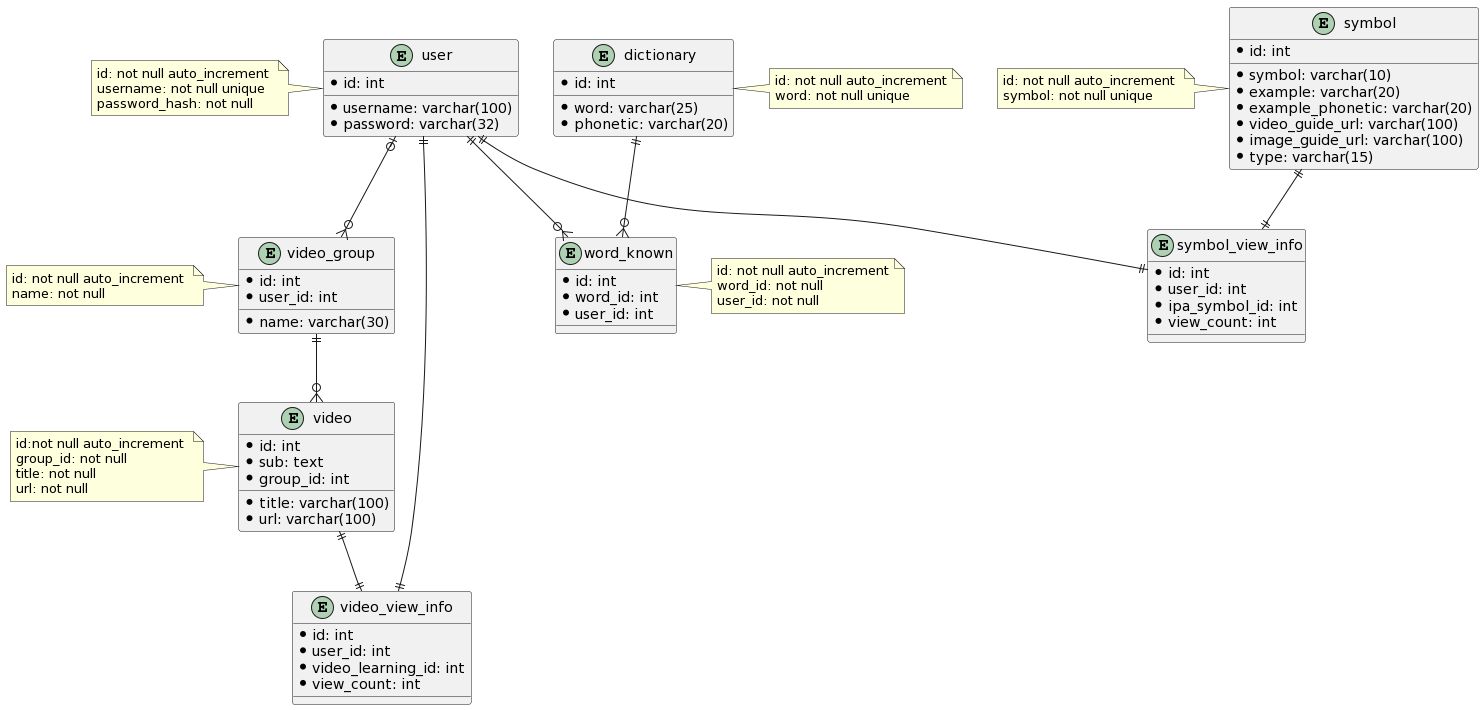
Above: design/docs/db/entity.png in quynhphungvn/self-management (PlantUML), before the change.
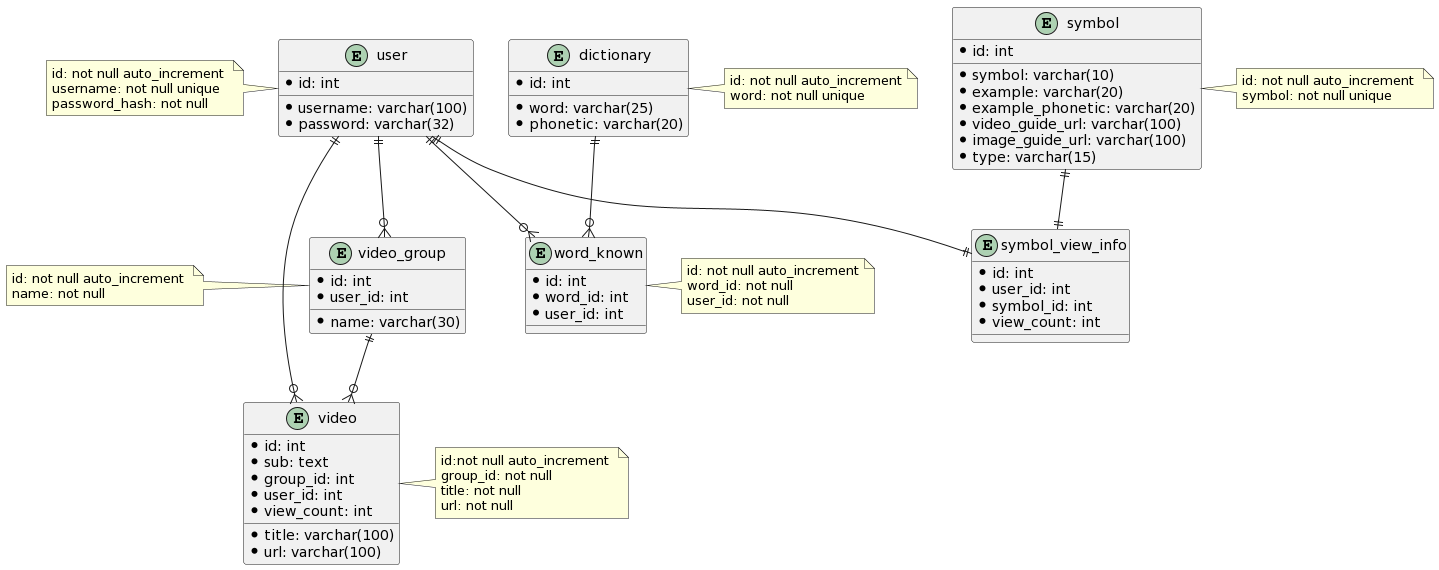
Later version of the same file.

What changed in the source:
```diff
@@ -5,6 +5,8 @@
 *sub: text
 *url: varchar(100)
 *group_id: int
+*user_id: int
+*view_count: int
 }
 entity video_group {
 *id: int
@@ -19,13 +21,7 @@
 entity symbol_view_info {
 *id: int
 *user_id: int
-*ipa_symbol_id: int
-*view_count: int
-}
-entity video_view_info {
-*id: int
-*user_id: int
-*video_learning_id: int
+*symbol_id: int
 *view_count: int
 }
 entity dictionary {
@@ -47,20 +43,19 @@
 *image_guide_url: varchar(100)
 *type: varchar(15)
 }
-user |o--o{ video_group
+user ||--o{ video_group
 user ||--o{ word_known
 user ||--|| symbol_view_info
-user ||--|| video_view_info
+user ||--o{ video
 symbol ||--|| symbol_view_info
 dictionary ||--o{ word_known
 video_group ||--o{ video
-video ||--|| video_view_info
 note left of user
  id: not null auto_increment
  username: not null unique
  password_hash: not null
 end note
-note left of video
+note right of video
  id:not null auto_increment
  group_id: not null
  title: not null
@@ -70,7 +65,7 @@
  id: not null auto_increment
  name: not null
 end note
-note left of symbol
+note right of symbol
  id: not null auto_increment
  symbol: not null unique
 end note
```
